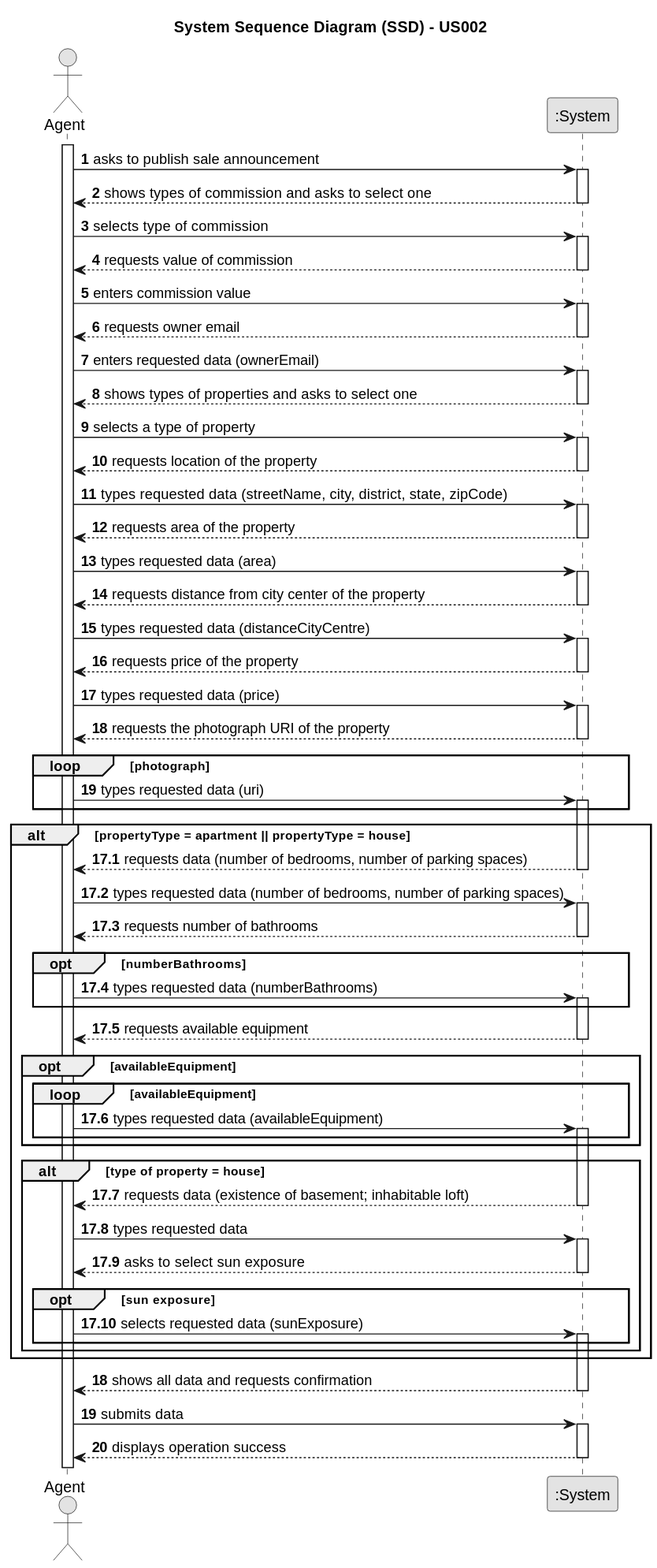
Earlier version of the PlantUML export docs/sprintB/us002/01.requirements-engineering/svg/us002-system-sequence-diagram.svg (rita-barbosa/LAPR2-2223). The source it was exported from:
```plantuml
@startuml
skinparam monochrome true
skinparam packageStyle rectangle
skinparam shadowing false

title System Sequence Diagram (SSD) - US002

autonumber

actor "Agent" as Employee
participant ":System" as System

activate Employee

    Employee -> System : asks to publish sale announcement
    activate System

      System --> Employee : shows types of commission and asks to select one
    deactivate System

    Employee -> System : selects type of commission
    activate System

    System --> Employee : requests value of commission
    deactivate System

    Employee -> System : enters commission value
    activate System

    System --> Employee : requests owner email
    deactivate System

    Employee -> System : enters requested data (ownerEmail)
    activate System

    System --> Employee : shows types of properties and asks to select one
    deactivate System

    Employee -> System : selects a type of property
    activate System

    System --> Employee : requests location of the property
    deactivate System

    Employee -> System : types requested data (streetName, city, district, state, zipCode)
    activate System

    System --> Employee : requests area of the property
    deactivate System

    Employee -> System : types requested data (area)
    activate System

    System --> Employee : requests distance from city center of the property
    deactivate System

    Employee -> System : types requested data (distanceCityCentre)
    activate System

    System --> Employee : requests price of the property
    deactivate System

    Employee -> System : types requested data (price)
    activate System

    System --> Employee : requests the photograph URI of the property
        deactivate System

            loop photograph
            Employee -> System : types requested data (uri)
            activate System
            end loop


    alt propertyType = apartment || propertyType = house

     autonumber 17.1
        System --> Employee : requests data (number of bedrooms, number of parking spaces)
        deactivate System

        Employee -> System : types requested data (number of bedrooms, number of parking spaces)
        activate System


        System --> Employee : requests number of bathrooms
        deactivate System

            opt numberBathrooms
            Employee -> System : types requested data (numberBathrooms)
            activate System
            end opt

        System --> Employee : requests available equipment
        deactivate System

            opt availableEquipment
                loop availableEquipment
                Employee -> System : types requested data (availableEquipment)
                activate System
                end loop
            end opt

        alt type of property = house

        System --> Employee : requests data (existence of basement; inhabitable loft)
        deactivate System

        Employee -> System : types requested data
        activate System

        System --> Employee : asks to select sun exposure
        deactivate System

            opt sun exposure
            Employee -> System : selects requested data (sunExposure)
            activate System
            end opt

        end
    end
    autonumber 18
        System --> Employee : shows all data and requests confirmation
    deactivate System

    Employee -> System : submits data
    activate System

        System --> Employee : displays operation success
    deactivate System
@enduml
```
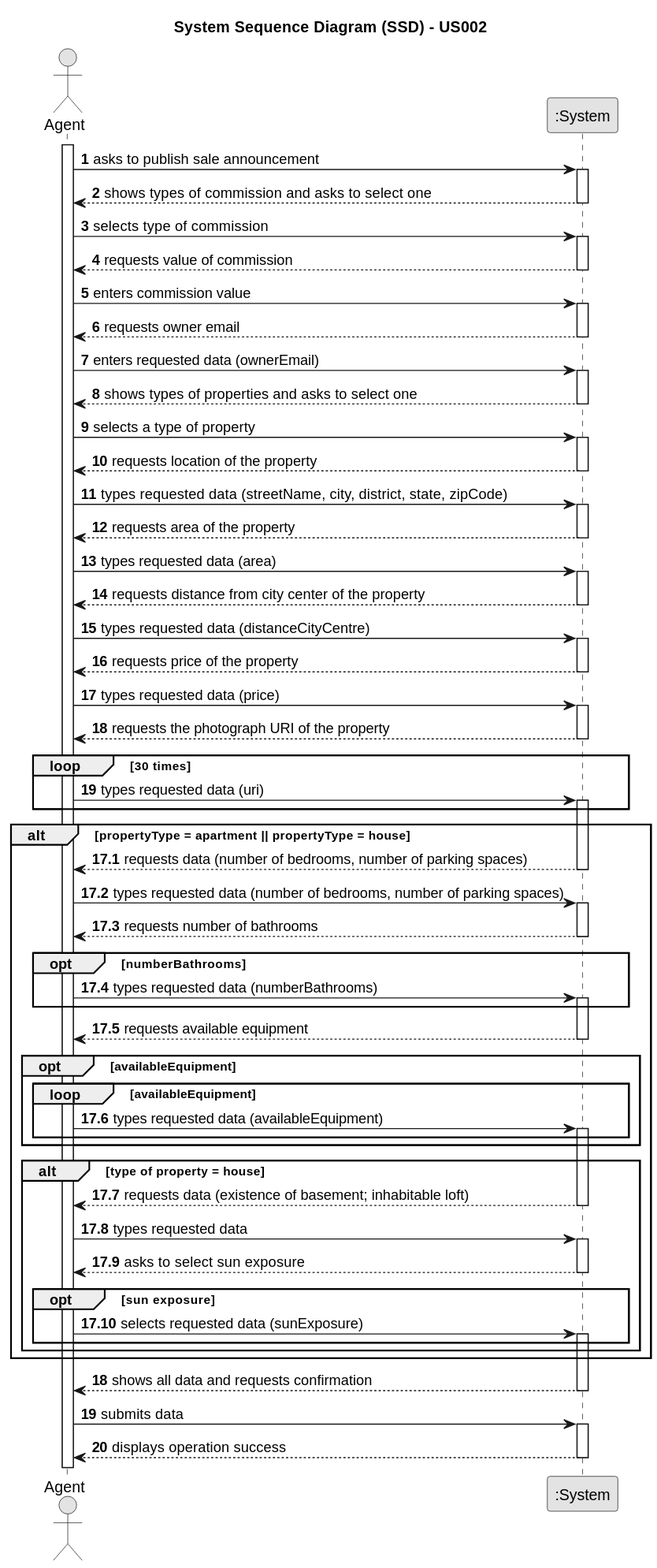
Later version of the same file.

What changed in the source:
```diff
@@ -66,7 +66,7 @@
     System --> Employee : requests the photograph URI of the property
         deactivate System
 
-            loop photograph
+            loop 30 times
             Employee -> System : types requested data (uri)
             activate System
             end loop
```
